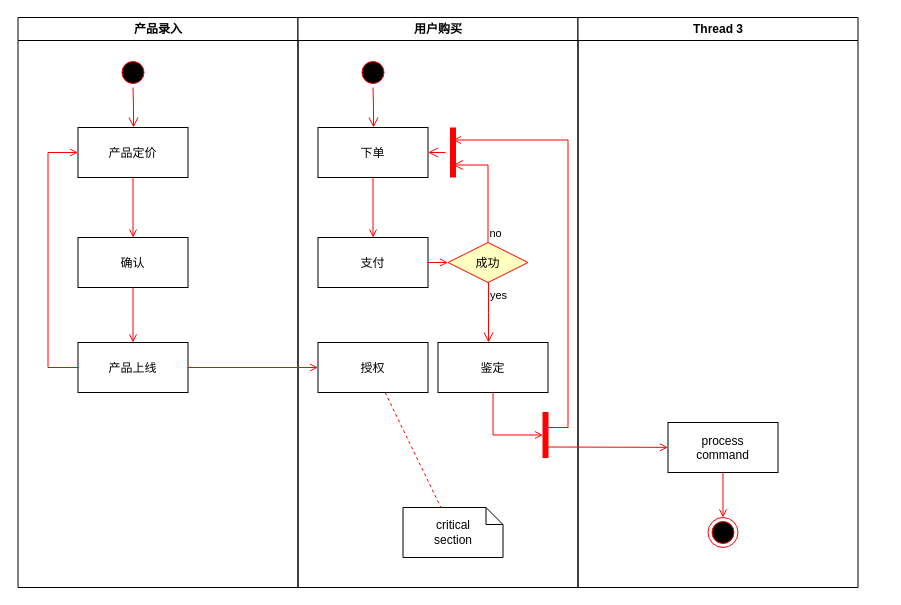
This is pay.drawio from cnTailor/draw, a draw.io file, before an edit. Source tidied: cells renumbered, new cells numbered last; positions are measured from the earlier drawing's top-left corner, leaving out a move shared by most shapes. Both pictures are drawn from the tidied source at 100%, with x=0, y=0 at pixel (17, 17).
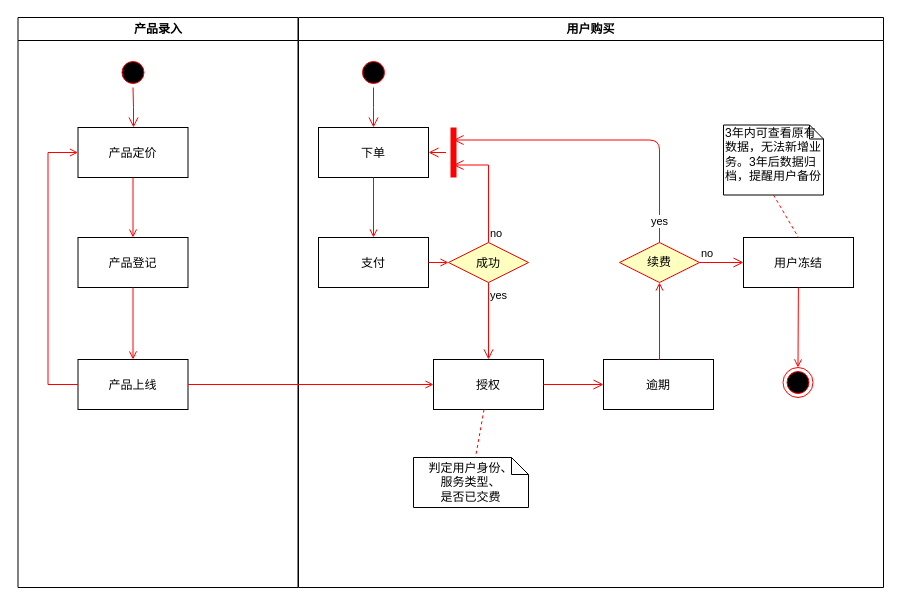
Above is the later version.

The change refers to these unchanged cells:
```xml
<mxCell id="2" value="产品录入" style="swimlane;whiteSpace=wrap;" parent="1" vertex="1">
  <mxGeometry x="0.5" width="280" height="570" as="geometry" />
</mxCell>
<mxCell id="18" value="成功" style="rhombus;fillColor=#ffffc0;strokeColor=#ff0000;" parent="11" vertex="1">
  <mxGeometry x="150" y="225" width="80" height="40" as="geometry" />
</mxCell>
<mxCell id="22" style="shape=line;strokeWidth=6;strokeColor=#ff0000;rotation=90;" parent="11" vertex="1">
  <mxGeometry x="130" y="127.5" width="50" height="15" as="geometry" />
</mxCell>
```

What changed in the source:
```diff
@@
-    <mxCell id="6" value="确认" parent="2" vertex="1">
+    <mxCell id="6" value="产品登记" parent="2" vertex="1">
       <mxGeometry x="60" y="220" width="110" height="50" as="geometry" />
     </mxCell>
@@
     <mxCell id="8" value="产品上线" parent="2" vertex="1">
-      <mxGeometry x="60" y="325" width="110" height="50" as="geometry" />
+      <mxGeometry x="60" y="342" width="110" height="50" as="geometry" />
     </mxCell>
@@
     <mxCell id="11" value="用户购买" style="swimlane;whiteSpace=wrap;startSize=23;" parent="1" vertex="1">
-      <mxGeometry x="280.5" width="280" height="570" as="geometry" />
+      <mxGeometry x="281" width="585" height="570" as="geometry" />
     </mxCell>
@@
     <mxCell id="17" value="授权" parent="11" vertex="1">
-      <mxGeometry x="20" y="325" width="110" height="50" as="geometry" />
+      <mxGeometry x="135" y="342" width="110" height="50" as="geometry" />
     </mxCell>
@@
-    <mxCell id="20" value="yes" style="edgeStyle=elbowEdgeStyle;elbow=horizontal;align=left;verticalAlign=top;endArrow=open;endSize=8;strokeColor=#FF0000;endFill=1;rounded=0;" parent="11" edge="1" source="18" target="24">
+    <mxCell id="20" value="yes" style="edgeStyle=elbowEdgeStyle;elbow=horizontal;align=left;verticalAlign=top;endArrow=open;endSize=8;strokeColor=#FF0000;endFill=1;rounded=0;entryX=0.5;entryY=0;entryDx=0;entryDy=0;" parent="11" edge="1" source="18" target="17">
       <mxGeometry x="-1" relative="1" as="geometry" />
     </mxCell>
@@
-    <mxCell id="24" value="鉴定" parent="11" vertex="1">
-      <mxGeometry x="140" y="325" width="110" height="50" as="geometry" />
+    <mxCell id="24" value="逾期" parent="11" vertex="1">
+      <mxGeometry x="305" y="342" width="110" height="50" as="geometry" />
     </mxCell>
-    <mxCell id="25" value="critical&#10;section" style="shape=note;whiteSpace=wrap;size=17;" parent="11" vertex="1">
-      <mxGeometry x="105" y="490" width="100" height="50" as="geometry" />
+    <mxCell id="25" value="判定用户身份、&#10;服务类型、&#10;是否已交费" style="shape=note;whiteSpace=wrap;size=17;" parent="11" vertex="1">
+      <mxGeometry x="115" y="440" width="115" height="50" as="geometry" />
     </mxCell>
@@
-    <mxCell id="27" style="whiteSpace=wrap;strokeColor=#FF0000;fillColor=#FF0000;" parent="11" vertex="1">
-      <mxGeometry x="245" y="395" width="5" height="45" as="geometry" />
-    </mxCell>
-    <mxCell id="28" style="edgeStyle=elbowEdgeStyle;elbow=horizontal;entryX=0;entryY=0.5;strokeColor=#FF0000;endArrow=open;endFill=1;rounded=0;" parent="11" edge="1" source="24" target="27">
-      <mxGeometry relative="1" as="geometry">
-        <Array as="points">
-          <mxPoint x="195" y="400" />
-        </Array>
-      </mxGeometry>
+    <mxCell id="28" style="edgeStyle=elbowEdgeStyle;elbow=horizontal;entryX=0.5;entryY=1;strokeColor=#FF0000;endArrow=open;endFill=1;rounded=0;exitX=0.5;exitY=0;exitDx=0;exitDy=0;entryDx=0;entryDy=0;" parent="11" edge="1" source="24" target="36">
+      <mxGeometry relative="1" as="geometry" />
     </mxCell>
-    <mxCell id="29" value="Thread 3" style="swimlane;whiteSpace=wrap;" parent="1" vertex="1">
-      <mxGeometry x="560.5" width="280" height="570" as="geometry" />
-    </mxCell>
+    <mxCell id="36" value="续费" style="rhombus;whiteSpace=wrap;html=1;fillColor=#ffffc0;strokeColor=#ff0000;" parent="11" vertex="1">
+      <mxGeometry x="321" y="225" width="80" height="40" as="geometry" />
+    </mxCell>
+    <mxCell id="37" value="no" style="edgeStyle=orthogonalEdgeStyle;html=1;align=left;verticalAlign=bottom;endArrow=open;endSize=8;strokeColor=#ff0000;entryX=0;entryY=0.5;entryDx=0;entryDy=0;" parent="11" edge="1" source="36" target="30">
+      <mxGeometry x="-1" relative="1" as="geometry" />
+    </mxCell>
+    <mxCell id="38" value="yes" style="edgeStyle=orthogonalEdgeStyle;html=1;align=left;verticalAlign=top;endArrow=open;endSize=8;strokeColor=#ff0000;entryX=0.25;entryY=0.5;entryDx=0;entryDy=0;entryPerimeter=0;exitX=0.5;exitY=0;exitDx=0;exitDy=0;" parent="11" edge="1" source="36" target="22">
+      <mxGeometry x="-0.78" y="10" relative="1" as="geometry">
+        <Array as="points">
+          <mxPoint x="361" y="123" />
+        </Array>
+      </mxGeometry>
+    </mxCell>
+    <mxCell id="39" style="edgeStyle=orthogonalEdgeStyle;html=1;verticalAlign=bottom;endArrow=open;endSize=8;strokeColor=#ff0000;exitX=1;exitY=0.5;exitDx=0;exitDy=0;entryX=0;entryY=0.5;entryDx=0;entryDy=0;" parent="11" edge="1" source="17" target="24">
+      <mxGeometry relative="1" as="geometry" />
+    </mxCell>
-    <mxCell id="30" value="process&#10;command" parent="29" vertex="1">
-      <mxGeometry x="90" y="405" width="110" height="50" as="geometry" />
+    <mxCell id="30" value="用户冻结" parent="11" vertex="1">
+      <mxGeometry x="445" y="220" width="110" height="50" as="geometry" />
     </mxCell>
-    <mxCell id="31" style="edgeStyle=elbowEdgeStyle;elbow=horizontal;strokeColor=#FF0000;endArrow=open;endFill=1;rounded=0;entryX=0.25;entryY=0.5;entryPerimeter=0;" parent="29" edge="1" target="22">
-      <mxGeometry relative="1" as="geometry">
-        <mxPoint x="-30" y="410" as="sourcePoint" />
-        <Array as="points">
-          <mxPoint x="-10" y="135" />
-        </Array>
-      </mxGeometry>
-    </mxCell>
-    <mxCell id="32" style="edgeStyle=none;strokeColor=#FF0000;endArrow=open;endFill=1;rounded=0;" parent="29" edge="1" target="30">
-      <mxGeometry relative="1" as="geometry">
-        <mxPoint x="-30" y="429.5" as="sourcePoint" />
-      </mxGeometry>
-    </mxCell>
-    <mxCell id="33" style="ellipse;shape=endState;fillColor=#000000;strokeColor=#ff0000;" parent="29" vertex="1">
-      <mxGeometry x="130" y="500" width="30" height="30" as="geometry" />
+    <mxCell id="33" style="ellipse;shape=endState;fillColor=#000000;strokeColor=#ff0000;" parent="11" vertex="1">
+      <mxGeometry x="484.5" y="350" width="30" height="30" as="geometry" />
     </mxCell>
-    <mxCell id="34" style="endArrow=open;strokeColor=#FF0000;endFill=1;rounded=0;" parent="29" edge="1" source="30" target="33">
+    <mxCell id="34" style="endArrow=open;strokeColor=#FF0000;endFill=1;rounded=0;" parent="11" edge="1" source="30" target="33">
       <mxGeometry relative="1" as="geometry" />
     </mxCell>
+    <mxCell id="40" value="3年内可查看原有数据，无法新增业务。3年后数据归档，提醒用户备份" style="shape=note;whiteSpace=wrap;html=1;size=14;verticalAlign=top;align=left;spacingTop=-6;" parent="11" vertex="1">
+      <mxGeometry x="425" y="107.5" width="100" height="70" as="geometry" />
+    </mxCell>
+    <mxCell id="41" style="endArrow=none;strokeColor=#FF0000;endFill=0;rounded=0;dashed=1;entryX=0.5;entryY=0;entryDx=0;entryDy=0;exitX=0.5;exitY=1;exitDx=0;exitDy=0;exitPerimeter=0;" parent="11" edge="1" source="40" target="30">
+      <mxGeometry relative="1" as="geometry" />
+    </mxCell>
```
